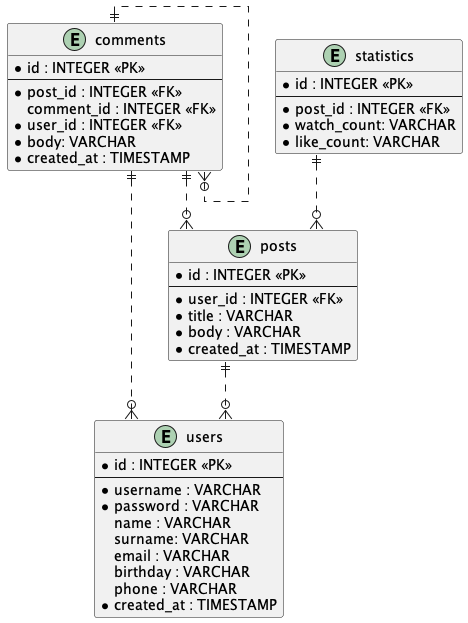
Before: doc/er-diagram/er-diagram.png, a diagram exported from PlantUML (randnull/service-oriented-designs-Kirill-Goryunov). The source it was exported from:
```plantuml
@startuml er-diagram

skinparam linetype ortho

entity "users" as user_table {
  *id : INTEGER <<PK>>
  --
  *username : VARCHAR
  *password : VARCHAR
  name : VARCHAR
  surname: VARCHAR
  email : VARCHAR
  birthday : VARCHAR
  phone : VARCHAR
  *created_at : TIMESTAMP
}

entity "posts" as post_table {
  *id : INTEGER <<PK>>
  --
  *user_id : INTEGER <<FK>>
  *title : VARCHAR
  *body : VARCHAR
  *created_at : TIMESTAMP
}

entity "comments" as comment_table {
  *id : INTEGER <<PK>>
  --
  *post_id : INTEGER <<FK>>
  comment_id : INTEGER <<FK>>
  *user_id : INTEGER <<FK>>
  *body: VARCHAR
  *created_at : TIMESTAMP
}

entity "statistics" as statistic_table {
  *id : INTEGER <<PK>>
  --
  *post_id : INTEGER <<FK>>
  *watch_count: VARCHAR
  *like_count: VARCHAR
}

post_table ||..o{ user_table
comment_table ||..o{ user_table
comment_table ||..o{ post_table
comment_table ||..o{ comment_table
statistic_table ||..o{ post_table

@enduml
```
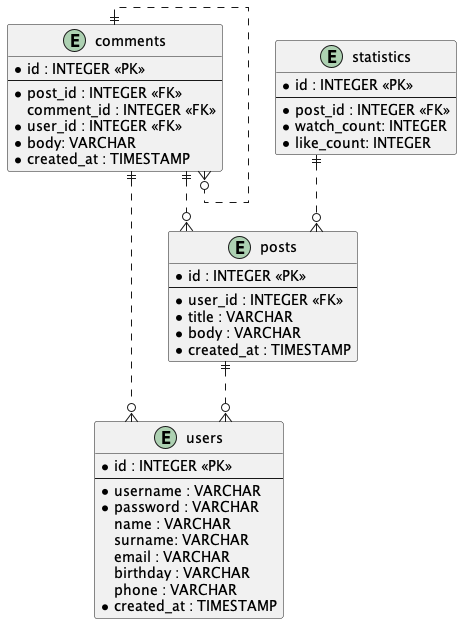
After the change.

The edit, as a diff of the source:
```diff
@@ -38,8 +38,8 @@
   *id : INTEGER <<PK>>
   --
   *post_id : INTEGER <<FK>>
-  *watch_count: VARCHAR
-  *like_count: VARCHAR
+  *watch_count: INTEGER
+  *like_count: INTEGER
 }
 
 post_table ||..o{ user_table
```
